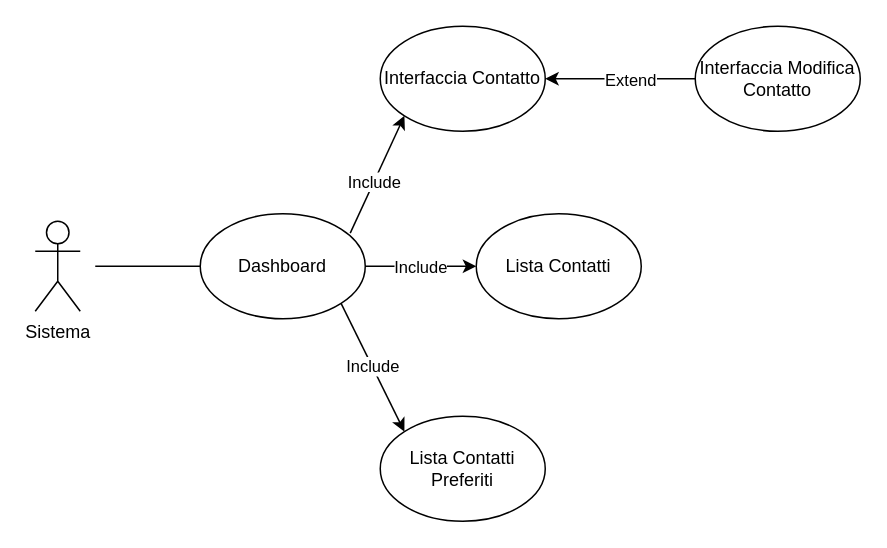
Above: Casi d'uso/Diagramma_Casi_D'uso_Interfaccia.drawio in GeremiaRusso/ProjectSE_G25 (draw.io), before the change. Source tidied: cells renumbered, new cells numbered last; positions are measured from the earlier drawing's top-left corner, leaving out a move shared by most shapes. Both pictures are drawn from the tidied source at 150%, with x=0, y=0 at pixel (34, 26).
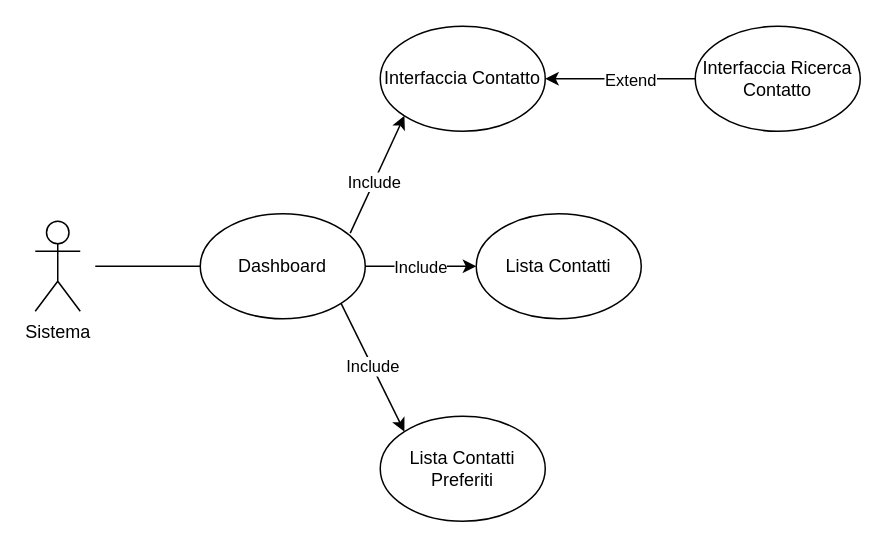
Above is the later version.

Change to the diagram source:
```diff
@@
 <mxGraphModel>
   <root>
     <mxCell id="0" />
     <mxCell id="1" parent="0" />
     <mxCell id="2" value="Sistema" style="shape=umlActor;verticalLabelPosition=bottom;verticalAlign=top;html=1;" parent="1" vertex="1">
       <mxGeometry y="130" width="30" height="60" as="geometry" />
     </mxCell>
     <mxCell id="3" value="Dashboard" style="ellipse;whiteSpace=wrap;html=1;" parent="1" vertex="1">
       <mxGeometry x="110" y="125" width="110" height="70" as="geometry" />
     </mxCell>
     <mxCell id="4" style="endArrow=none;html=1;rounded=0;entryX=0;entryY=0.5;entryDx=0;entryDy=0;" parent="1" edge="1" target="3">
       <mxGeometry relative="1" as="geometry">
         <mxPoint x="40" y="160" as="sourcePoint" />
       </mxGeometry>
     </mxCell>
     <mxCell id="5" value="Interfaccia Contatto" style="ellipse;whiteSpace=wrap;html=1;" parent="1" vertex="1">
       <mxGeometry x="230" width="110" height="70" as="geometry" />
     </mxCell>
     <mxCell id="6" value="Lista Contatti" style="ellipse;whiteSpace=wrap;html=1;" parent="1" vertex="1">
       <mxGeometry x="294" y="125" width="110" height="70" as="geometry" />
     </mxCell>
     <mxCell id="7" value="Lista Contatti Preferiti" style="ellipse;whiteSpace=wrap;html=1;" parent="1" vertex="1">
       <mxGeometry x="230" y="260" width="110" height="70" as="geometry" />
     </mxCell>
-    <mxCell id="8" value="Interfaccia Modifica Contatto" style="ellipse;whiteSpace=wrap;html=1;" parent="1" vertex="1">
+    <mxCell id="8" value="Interfaccia Ricerca Contatto" style="ellipse;whiteSpace=wrap;html=1;" parent="1" vertex="1">
       <mxGeometry x="440" width="110" height="70" as="geometry" />
     </mxCell>
     <mxCell id="9" style="endArrow=classic;html=1;rounded=0;entryX=0;entryY=1;entryDx=0;entryDy=0;exitX=0.909;exitY=0.184;exitDx=0;exitDy=0;exitPerimeter=0;" parent="1" edge="1" source="3" target="5">
       <mxGeometry relative="1" as="geometry" />
     </mxCell>
     <mxCell id="10" value="Include" style="edgeLabel;html=1;align=center;verticalAlign=middle;" parent="9" vertex="1">
       <mxGeometry x="-0.12" relative="1" as="geometry" />
     </mxCell>
     <mxCell id="11" style="endArrow=classic;html=1;rounded=0;entryX=0;entryY=0;entryDx=0;entryDy=0;exitX=1;exitY=1;exitDx=0;exitDy=0;" parent="1" edge="1" source="3" target="7">
       <mxGeometry relative="1" as="geometry" />
     </mxCell>
     <mxCell id="12" value="Include" style="edgeLabel;html=1;align=center;verticalAlign=middle;" parent="11" vertex="1">
       <mxGeometry x="-0.01" relative="1" as="geometry" />
     </mxCell>
     <mxCell id="13" style="endArrow=classic;html=1;rounded=0;entryX=0;entryY=0.5;entryDx=0;entryDy=0;exitX=1;exitY=0.5;exitDx=0;exitDy=0;" parent="1" edge="1" source="3" target="6">
       <mxGeometry relative="1" as="geometry" />
     </mxCell>
     <mxCell id="14" value="Include" style="edgeLabel;html=1;align=center;verticalAlign=middle;" parent="13" vertex="1">
       <mxGeometry x="-0.03" relative="1" as="geometry" />
     </mxCell>
     <mxCell id="15" style="endArrow=classic;html=1;rounded=0;entryX=1;entryY=0.5;entryDx=0;entryDy=0;exitX=0;exitY=0.5;exitDx=0;exitDy=0;" parent="1" edge="1" source="8" target="5">
       <mxGeometry relative="1" as="geometry" />
     </mxCell>
     <mxCell id="16" value="Extend" style="edgeLabel;html=1;align=center;verticalAlign=middle;" parent="15" vertex="1">
       <mxGeometry x="-0.13" relative="1" as="geometry" />
     </mxCell>
   </root>
 </mxGraphModel>
```
